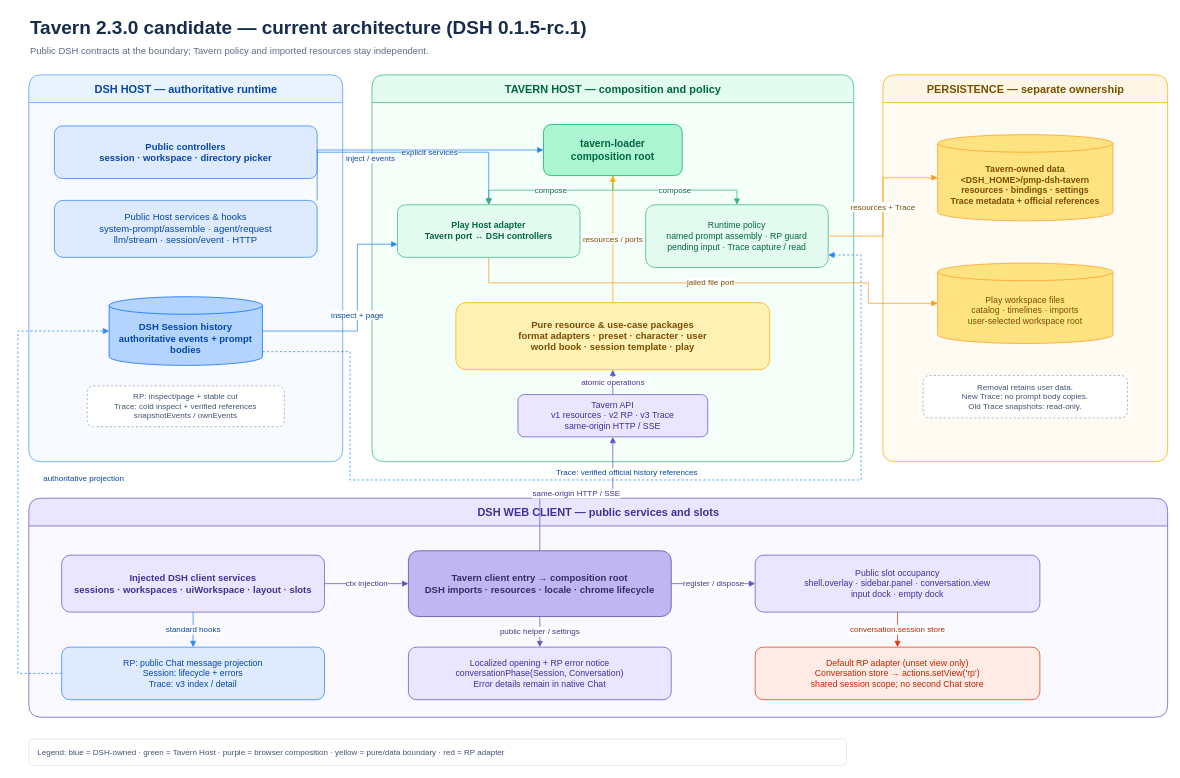
Player-MINEPIG/dsh-tavern keeps this draw.io diagram as docs/assets/dsh-tavern-architecture.drawio. Above is the earlier version. Source tidied: cells renumbered, new cells numbered last; positions are measured from the earlier drawing's top-left corner, leaving out a move shared by most shapes. Both pictures are drawn from the tidied source at 73%, with x=0, y=0 at pixel (18, 12).
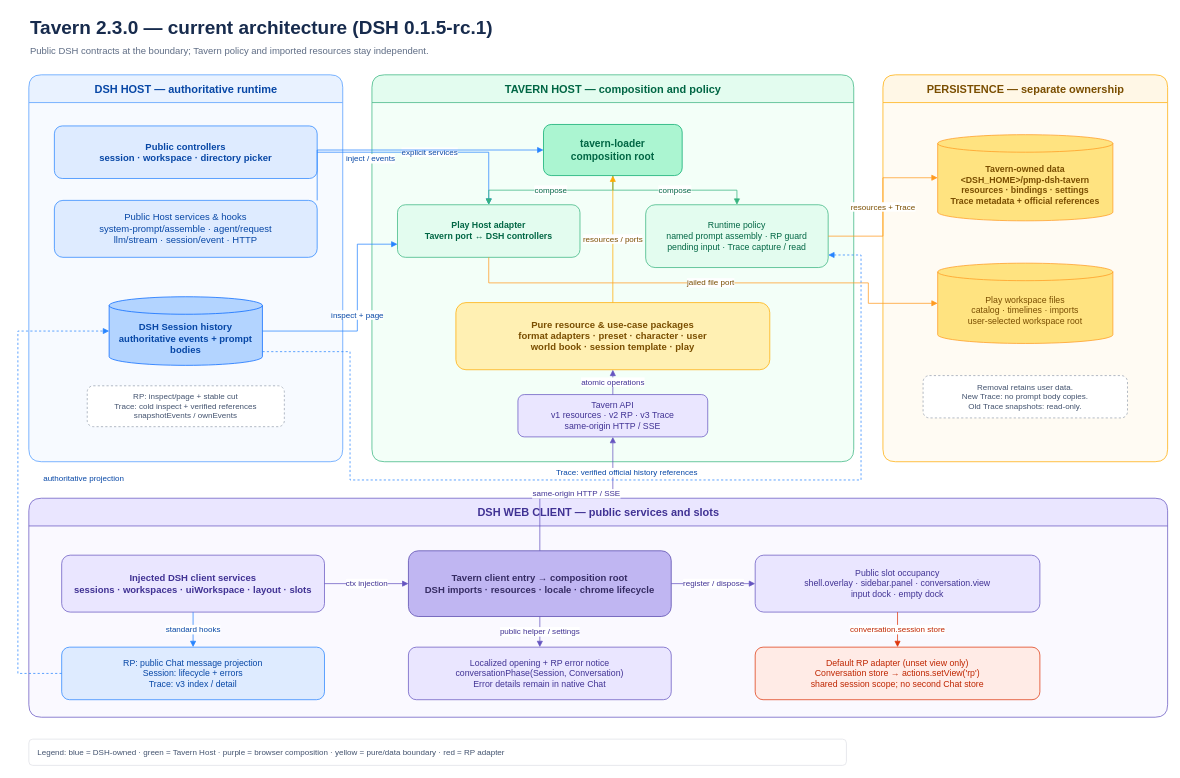
Above is the later version.

Diff of the diagram source:
```diff
@@
-    <mxCell id="2" value="Tavern 2.3.0 candidate — current architecture (DSH 0.1.5-rc.1)" style="text;html=1;strokeColor=none;fillColor=none;align=left;verticalAlign=middle;fontSize=26;fontStyle=1;fontColor=#172B4D;" parent="1" vertex="1">
+    <mxCell id="2" value="Tavern 2.3.0 — current architecture (DSH 0.1.5-rc.1)" style="text;html=1;strokeColor=none;fillColor=none;align=left;verticalAlign=middle;fontSize=26;fontStyle=1;fontColor=#172B4D;" parent="1" vertex="1">
       <mxGeometry x="15" width="1040" height="40" as="geometry" />
     </mxCell>
```
